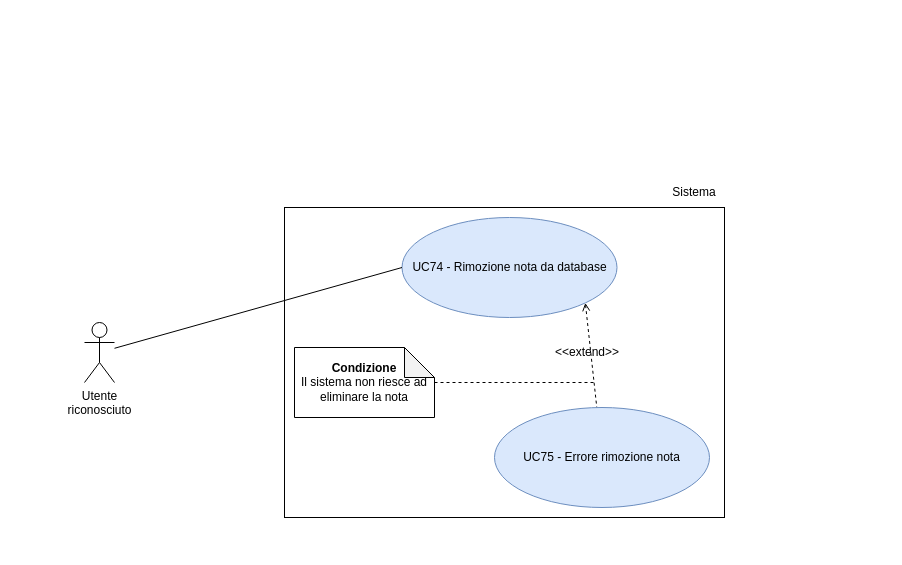
The draw.io diagram RTB/doc_esterna/analisi-dei-requisiti/assets/draw.io/UC74.drawio in thebitless-group-swe/thebitless.github.io, before the edit. Source tidied: cells renumbered, new cells numbered last; positions are measured from the earlier drawing's top-left corner, leaving out a move shared by most shapes. Both pictures are drawn from the tidied source at 100%, with x=0, y=0 at pixel (84, 177).
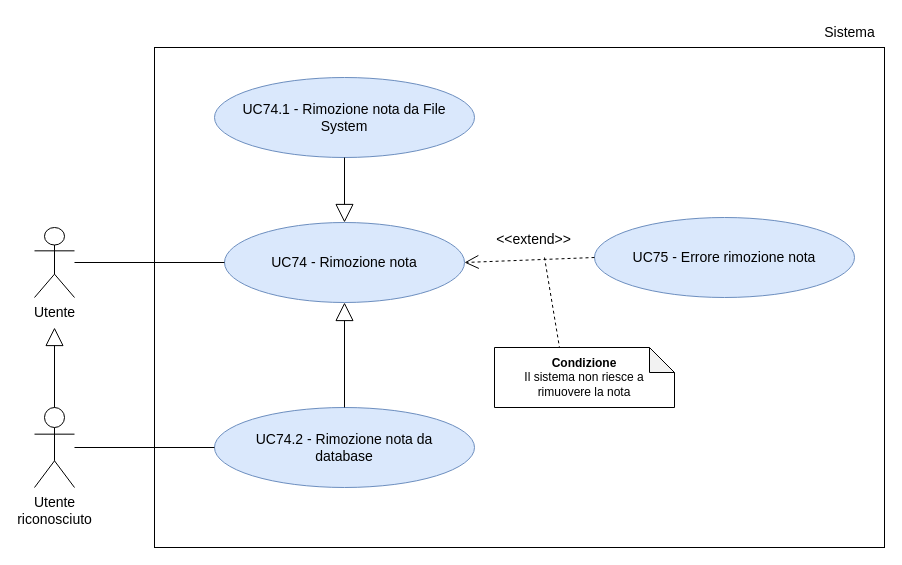
The same diagram, later.

What changed in the source:
```diff
@@
 <mxGraphModel>
   <root>
     <mxCell id="0" />
     <mxCell id="1" parent="0" />
-    <mxCell id="2" style="rounded=0;whiteSpace=wrap;html=1;" parent="1" vertex="1">
-      <mxGeometry x="200" y="30" width="440" height="310" as="geometry" />
-    </mxCell>
-    <mxCell id="3" style="rounded=0;jettySize=auto;html=1;exitX=1;exitY=1;exitDx=0;exitDy=0;dashed=1;startArrow=open;startFill=0;endArrow=none;endFill=0;" parent="1" edge="1" source="4" target="8">
-      <mxGeometry relative="1" as="geometry" />
-    </mxCell>
-    <mxCell id="4" value="UC74 - Rimozione nota da database" style="ellipse;whiteSpace=wrap;html=1;fillColor=#dae8fc;strokeColor=#6c8ebf;" parent="1" vertex="1">
-      <mxGeometry x="317.5" y="40" width="215" height="100" as="geometry" />
-    </mxCell>
-    <mxCell id="5" style="rounded=0;jettySize=auto;html=1;endArrow=none;endFill=0;entryX=0;entryY=0.5;entryDx=0;entryDy=0;" parent="1" edge="1" source="6" target="4">
-      <mxGeometry relative="1" as="geometry" />
-    </mxCell>
+    <mxCell id="7" value="Sistema" style="text;html=1;align=center;verticalAlign=middle;strokeColor=none;fillColor=none;fontSize=14;" parent="1" vertex="1">
+      <mxGeometry x="730" y="-160" width="70" height="30" as="geometry" />
+    </mxCell>
+    <mxCell id="12" style="whiteSpace=wrap;html=1;fillColor=none;strokeColor=#000000;" parent="1" vertex="1">
+      <mxGeometry x="70" y="-130" width="730" height="500" as="geometry" />
+    </mxCell>
-    <mxCell id="6" value="Utente&lt;div&gt;riconosciuto&lt;/div&gt;" style="shape=umlActor;verticalLabelPosition=bottom;verticalAlign=top;html=1;outlineConnect=0;" parent="1" vertex="1">
-      <mxGeometry y="145" width="30" height="60" as="geometry" />
+    <mxCell id="6" value="Utente&lt;br&gt;riconosciuto" style="shape=umlActor;verticalLabelPosition=bottom;verticalAlign=top;html=1;outlineConnect=0;fontSize=14;" parent="1" vertex="1">
+      <mxGeometry x="-50" y="230" width="40" height="80" as="geometry" />
     </mxCell>
-    <mxCell id="7" value="Sistema" style="text;html=1;whiteSpace=wrap;strokeColor=none;fillColor=none;align=center;verticalAlign=middle;rounded=0;" parent="1" vertex="1">
-      <mxGeometry x="580" width="60" height="30" as="geometry" />
-    </mxCell>
+    <mxCell id="13" value="UC74 - Rimozione nota" style="ellipse;whiteSpace=wrap;html=1;fillColor=#dae8fc;strokeColor=#6c8ebf;fontSize=14;" parent="1" vertex="1">
+      <mxGeometry x="140" y="45" width="240" height="80" as="geometry" />
+    </mxCell>
+    <mxCell id="14" value="UC74.1 - Rimozione nota da File&lt;br&gt;System" style="ellipse;whiteSpace=wrap;html=1;fillColor=#dae8fc;strokeColor=#6c8ebf;fontSize=14;" parent="1" vertex="1">
+      <mxGeometry x="130" y="-100" width="260" height="80" as="geometry" />
+    </mxCell>
+    <mxCell id="15" value="UC74.2 - Rimozione nota da&lt;br&gt;database" style="ellipse;whiteSpace=wrap;html=1;fillColor=#dae8fc;strokeColor=#6c8ebf;fontSize=14;" parent="1" vertex="1">
+      <mxGeometry x="130" y="230" width="260" height="80" as="geometry" />
+    </mxCell>
-    <mxCell id="8" value="UC75 - Errore rimozione nota" style="ellipse;whiteSpace=wrap;html=1;fillColor=#dae8fc;strokeColor=#6c8ebf;" parent="1" vertex="1">
-      <mxGeometry x="410" y="230" width="215" height="100" as="geometry" />
+    <mxCell id="8" value="&lt;div&gt;UC75 - Errore rimozione nota&lt;br&gt;&lt;/div&gt;" style="ellipse;whiteSpace=wrap;html=1;fillColor=#dae8fc;strokeColor=#6c8ebf;fontSize=14;" parent="1" vertex="1">
+      <mxGeometry x="510" y="40" width="260" height="80" as="geometry" />
     </mxCell>
-    <mxCell id="9" style="edgeStyle=orthogonalEdgeStyle;rounded=0;jettySize=auto;html=1;endArrow=none;endFill=0;dashed=1;" parent="1" edge="1" source="10">
-      <mxGeometry relative="1" as="geometry">
-        <mxPoint x="510" y="205" as="targetPoint" />
-      </mxGeometry>
-    </mxCell>
-    <mxCell id="10" value="&lt;b&gt;Condizione&lt;/b&gt;&lt;div&gt;Il sistema non riesce ad eliminare la nota&lt;/div&gt;" style="shape=note;whiteSpace=wrap;html=1;backgroundOutline=1;darkOpacity=0.05;" parent="1" vertex="1">
-      <mxGeometry x="210" y="170" width="140" height="70" as="geometry" />
-    </mxCell>
+    <mxCell id="16" style="endArrow=none;html=1;rounded=0;entryX=0;entryY=0.5;entryDx=0;entryDy=0;" parent="1" edge="1" source="23" target="13">
+      <mxGeometry relative="1" as="geometry" />
+    </mxCell>
+    <mxCell id="17" style="endArrow=block;endSize=16;endFill=0;html=1;rounded=0;exitX=0.5;exitY=1;exitDx=0;exitDy=0;entryX=0.5;entryY=0;entryDx=0;entryDy=0;" parent="1" edge="1" source="14" target="13">
+      <mxGeometry relative="1" as="geometry" />
+    </mxCell>
+    <mxCell id="18" style="endArrow=block;endSize=16;endFill=0;html=1;rounded=0;entryX=0.5;entryY=1;entryDx=0;entryDy=0;exitX=0.5;exitY=0;exitDx=0;exitDy=0;" parent="1" edge="1" source="15" target="13">
+      <mxGeometry relative="1" as="geometry" />
+    </mxCell>
-    <mxCell id="11" value="&amp;lt;&amp;lt;extend&amp;gt;&amp;gt;" style="text;html=1;whiteSpace=wrap;strokeColor=none;fillColor=none;align=center;verticalAlign=middle;rounded=0;" parent="1" vertex="1">
-      <mxGeometry x="472.5" y="160" width="60" height="30" as="geometry" />
+    <mxCell id="11" value="&lt;font style=&quot;font-size: 14px;&quot;&gt;&amp;lt;&amp;lt;extend&amp;gt;&amp;gt;&lt;/font&gt;" style="endArrow=open;endSize=12;dashed=1;html=1;rounded=0;exitX=0;exitY=0.5;exitDx=0;exitDy=0;entryX=1;entryY=0.5;entryDx=0;entryDy=0;" parent="1" edge="1" source="8" target="13">
+      <mxGeometry x="-0.08" y="-20" relative="1" as="geometry" />
     </mxCell>
+    <mxCell id="19" value="&lt;b&gt;Condizione&lt;/b&gt;&lt;br&gt;Il sistema non riesce a&lt;br&gt;rimuovere la nota" style="shape=note;whiteSpace=wrap;html=1;backgroundOutline=1;darkOpacity=0.05;fontSize=12;align=center;size=25;" parent="1" vertex="1">
+      <mxGeometry x="410" y="170" width="180" height="60" as="geometry" />
+    </mxCell>
+    <mxCell id="20" style="endArrow=none;dashed=1;html=1;rounded=0;entryX=0;entryY=0;entryDx=65;entryDy=0;entryPerimeter=0;" parent="1" edge="1" target="19">
+      <mxGeometry relative="1" as="geometry">
+        <mxPoint x="460" y="80" as="sourcePoint" />
+      </mxGeometry>
+    </mxCell>
+    <mxCell id="21" style="endArrow=none;html=1;rounded=0;entryX=0;entryY=0.5;entryDx=0;entryDy=0;" parent="1" edge="1" source="6" target="15">
+      <mxGeometry relative="1" as="geometry" />
+    </mxCell>
+    <mxCell id="22" style="endArrow=block;endSize=16;endFill=0;html=1;rounded=0;exitX=0.5;exitY=0;exitDx=0;exitDy=0;exitPerimeter=0;" parent="1" edge="1" source="6">
+      <mxGeometry relative="1" as="geometry">
+        <mxPoint x="-30" y="150" as="targetPoint" />
+      </mxGeometry>
+    </mxCell>
+    <mxCell id="23" value="Utente" style="shape=umlActor;verticalLabelPosition=bottom;verticalAlign=top;html=1;outlineConnect=0;fontSize=14;" parent="1" vertex="1">
+      <mxGeometry x="-50" y="50" width="40" height="70" as="geometry" />
+    </mxCell>
   </root>
 </mxGraphModel>
```
